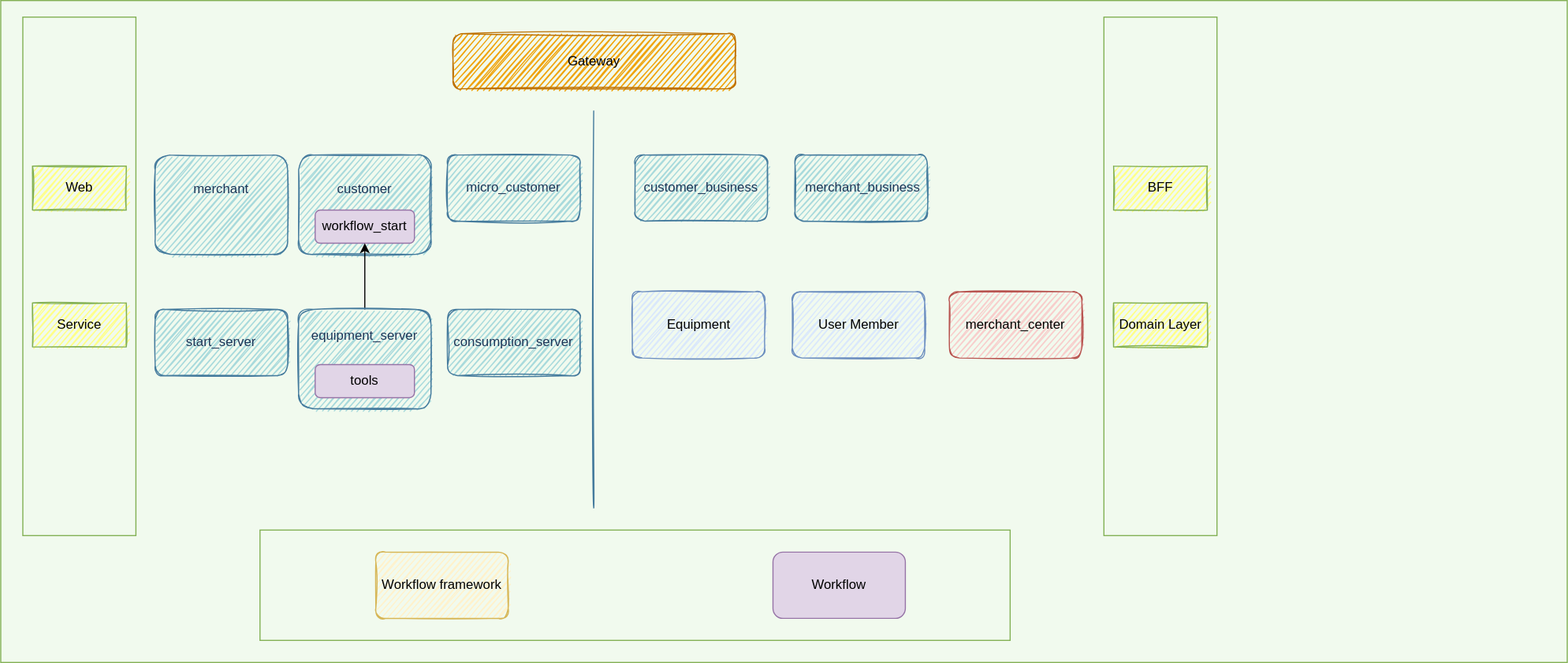
The draw.io diagram service layer.drawio.svg in jingwux/diagrams, before a commit. Source tidied: cells renumbered, new cells last; positions are measured from the earlier drawing's top-left corner, leaving out a move shared by most shapes.
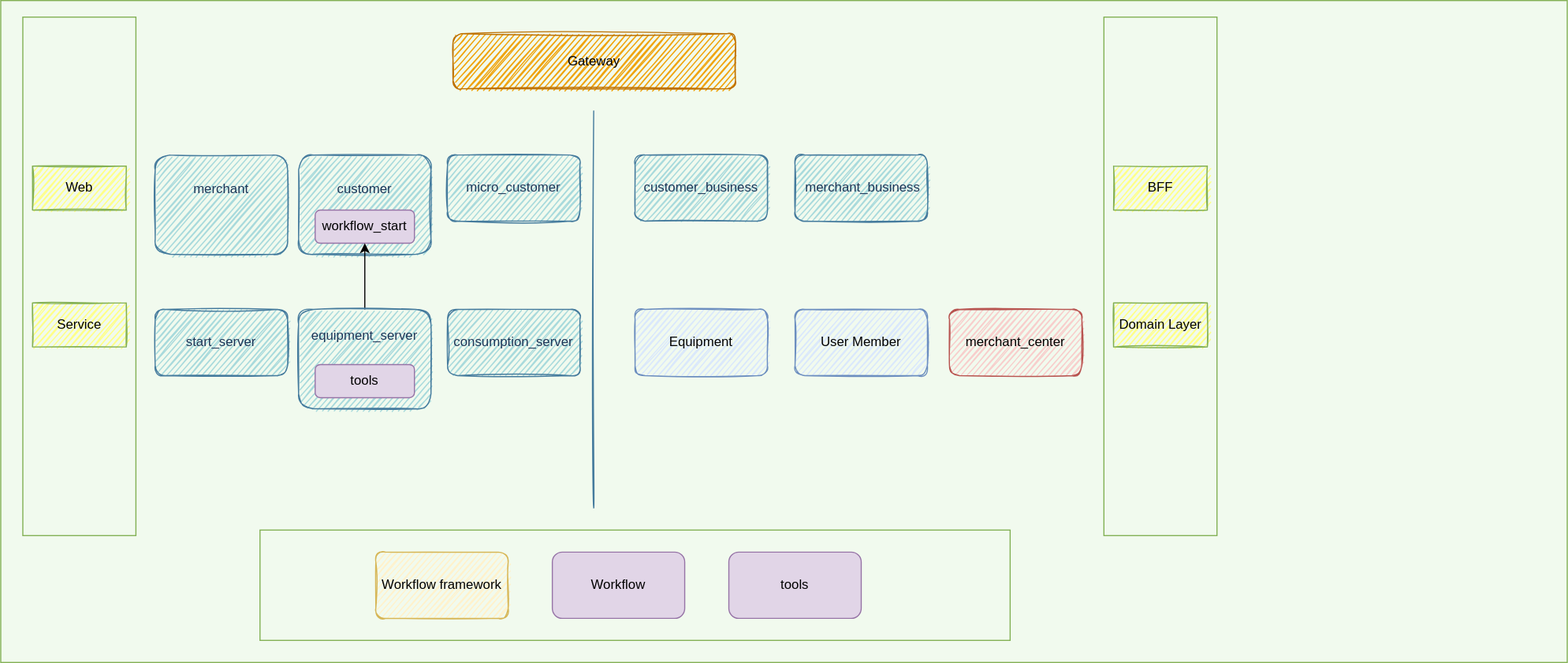
The same file after the commit.

The edit, as a diff of the source:
```diff
@@ -12,7 +12,7 @@
       <mxGeometry x="20" y="15" width="102.5" height="470" as="geometry" />
     </mxCell>
     <mxCell id="5" value="Workflow" style="whiteSpace=wrap;html=1;fillColor=#e1d5e7;strokeColor=#9673a6;sketch=0;rounded=1;" parent="1" vertex="1">
-      <mxGeometry x="700" y="500" width="120" height="60" as="geometry" />
+      <mxGeometry x="500" y="500" width="120" height="60" as="geometry" />
     </mxCell>
     <mxCell id="6" style="endArrow=none;html=1;labelBackgroundColor=#F1FAEE;strokeColor=#457B9D;fontColor=#1D3557;sketch=1;curved=1;" parent="1" edge="1">
       <mxGeometry relative="1" as="geometry">
@@ -27,13 +27,13 @@
       <mxGeometry x="28.8" y="150" width="85" height="40" as="geometry" />
     </mxCell>
     <mxCell id="9" value="Equipment" style="whiteSpace=wrap;html=1;fillColor=#dae8fc;strokeColor=#6c8ebf;sketch=1;rounded=1;" parent="1" vertex="1">
-      <mxGeometry x="572.5" y="264" width="120" height="60" as="geometry" />
+      <mxGeometry x="575" y="280" width="120" height="60" as="geometry" />
     </mxCell>
     <mxCell id="10" value="User Member" style="whiteSpace=wrap;html=1;fillColor=#dae8fc;strokeColor=#6c8ebf;sketch=1;rounded=1;" parent="1" vertex="1">
-      <mxGeometry x="717.5" y="264" width="120" height="60" as="geometry" />
+      <mxGeometry x="720" y="280" width="120" height="60" as="geometry" />
     </mxCell>
     <mxCell id="11" value="merchant_center" style="whiteSpace=wrap;html=1;fillColor=#f8cecc;strokeColor=#b85450;sketch=1;rounded=1;" parent="1" vertex="1">
-      <mxGeometry x="860" y="264" width="120" height="60" as="geometry" />
+      <mxGeometry x="860" y="280" width="120" height="60" as="geometry" />
     </mxCell>
     <mxCell id="12" value="customer_business" style="whiteSpace=wrap;html=1;fillColor=#A8DADC;strokeColor=#457B9D;fontColor=#1D3557;sketch=1;rounded=1;" parent="1" vertex="1">
       <mxGeometry x="575" y="140" width="120" height="60" as="geometry" />
@@ -83,5 +83,8 @@
     <mxCell id="27" value="consumption_server" style="whiteSpace=wrap;html=1;fillColor=#A8DADC;strokeColor=#457B9D;fontColor=#1D3557;sketch=1;rounded=1;" parent="1" vertex="1">
       <mxGeometry x="405" y="280" width="120" height="60" as="geometry" />
     </mxCell>
+    <mxCell id="28" value="tools" style="whiteSpace=wrap;html=1;fillColor=#e1d5e7;strokeColor=#9673a6;sketch=0;rounded=1;" parent="1" vertex="1">
+      <mxGeometry x="660" y="500" width="120" height="60" as="geometry" />
+    </mxCell>
   </root>
 </mxGraphModel>
```
